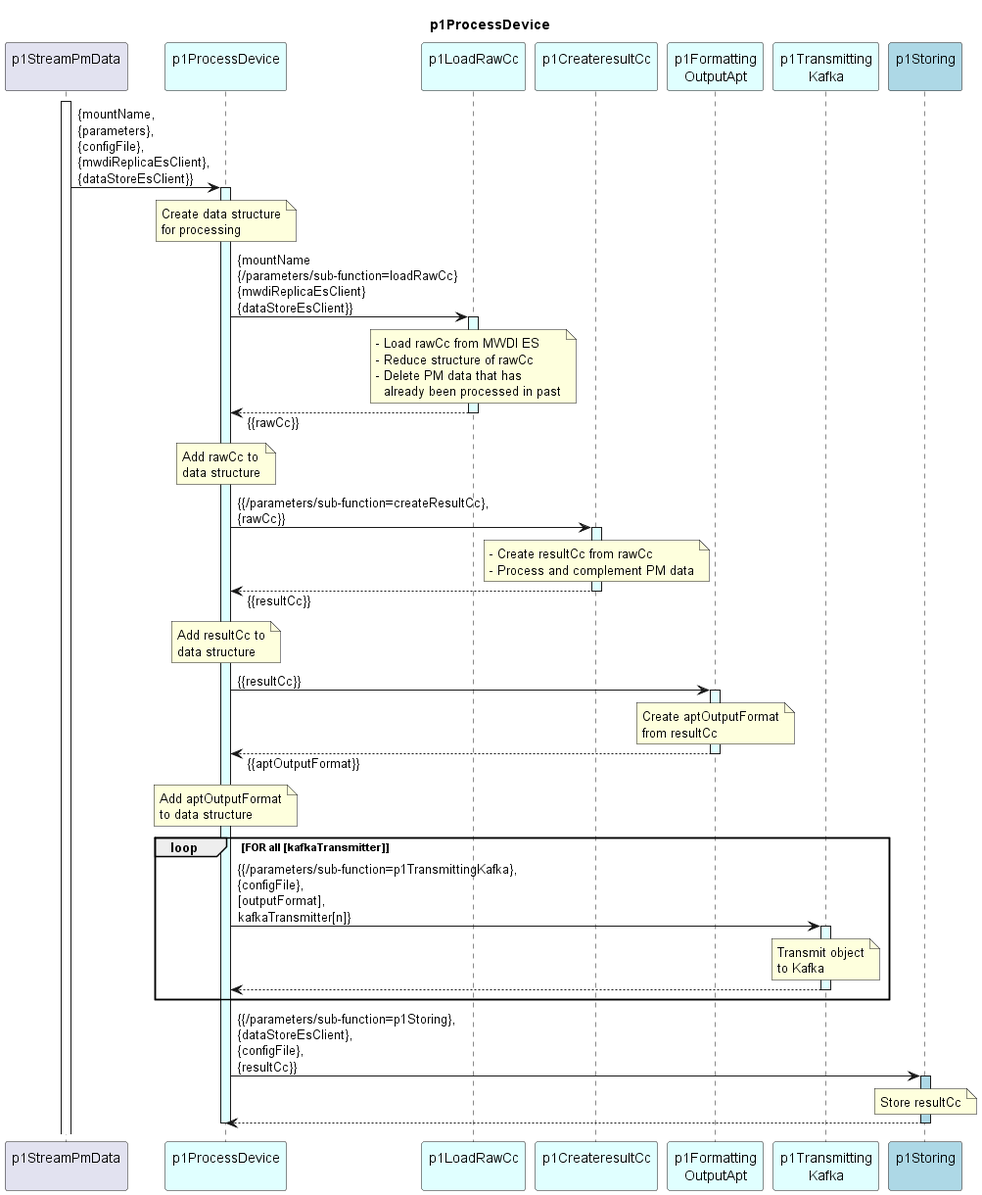
This is spec/Functions/specificFunctions/p1StreamPmData/p1ProcessDevice/1.0.0/p1ProcessDevice.png from openBackhaul/DevicePerformanceManagementDataProcessor, a PlantUML export, as it was before one commit.
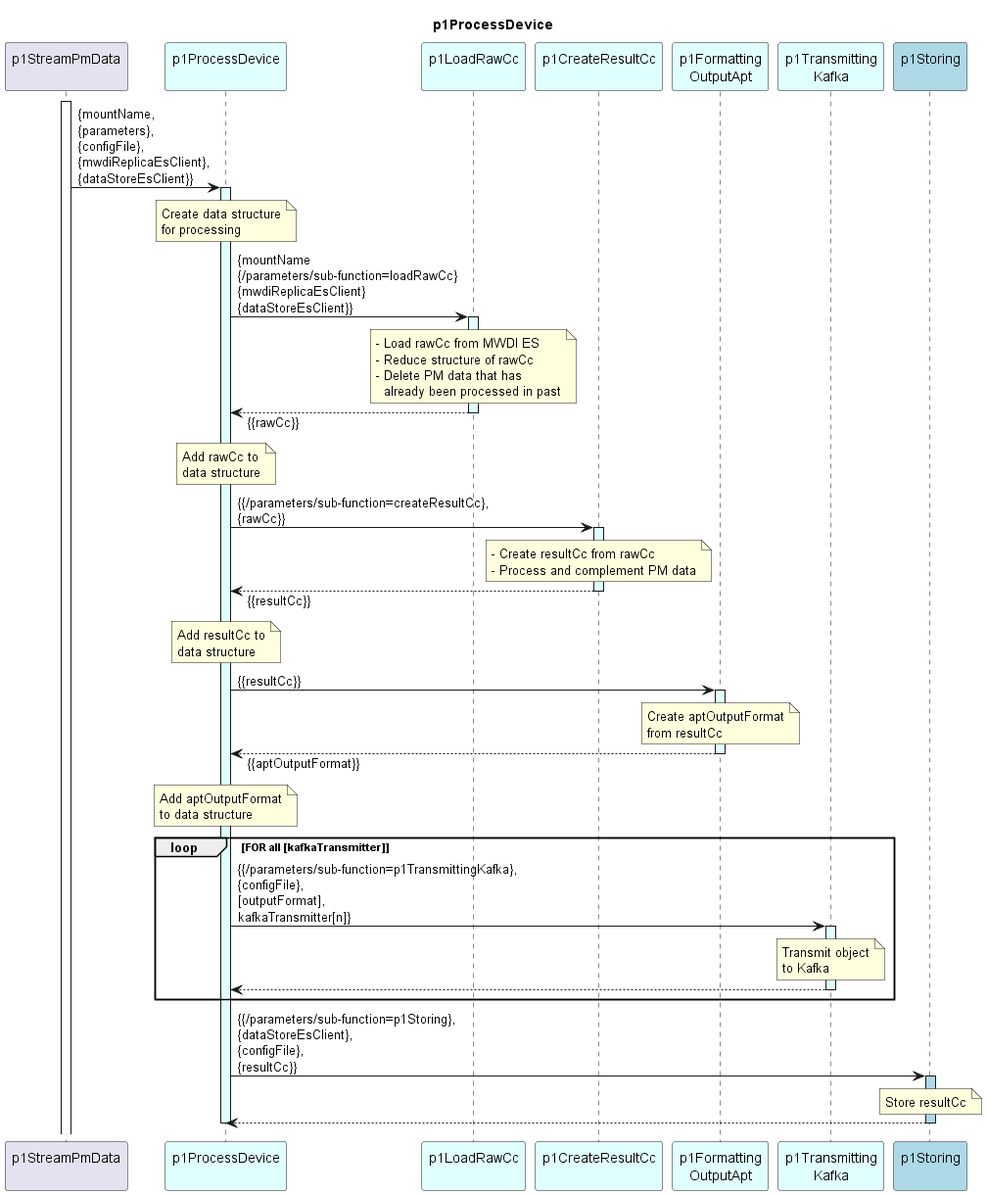
After the commit.

What changed in the source:
```diff
@@ -8,7 +8,7 @@
 participant "p1StreamPmData\n" as requestor
 participant "p1ProcessDevice\n" as p1ProOrch #LightCyan
 participant "p1LoadRawCc\n" as p1AddRaw #LightCyan
-participant "p1CreateresultCc\n" as p1CRC #LightCyan
+participant "p1CreateResultCc\n" as p1CRC #LightCyan
 participant "p1Formatting\nOutputApt" as p1Output #LightCyan
 participant "p1Transmitting\nKafka" as p1Trans #LightCyan
 participant "p1Storing\n" as p1Store #LightBlue
```
